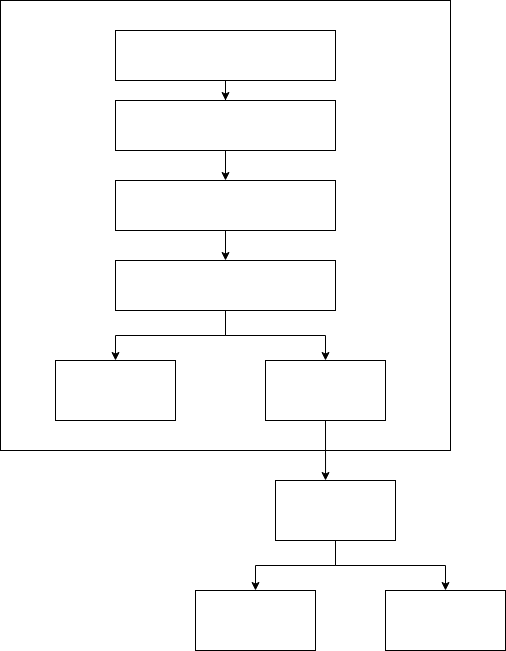
Before: architecture Diagram.drawio.png, a diagram exported from draw.io (ThenmozhiBalasubramanian/mcaProjectDiagram). Source tidied: cells renumbered, new cells last; positions are measured from the earlier drawing's top-left corner, leaving out a move shared by most shapes.
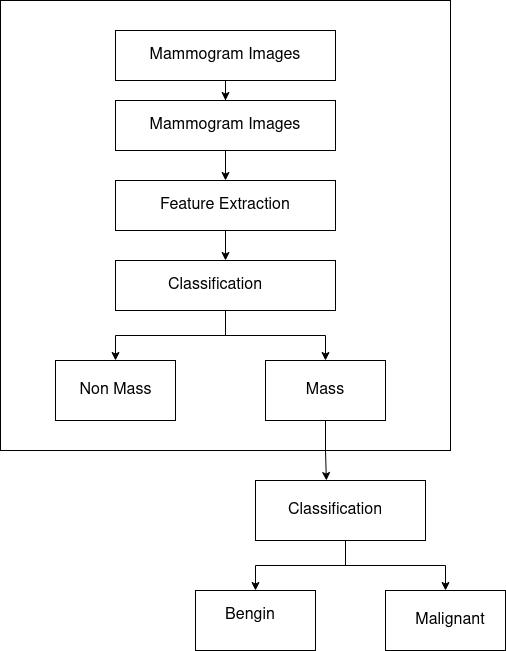
After the change.

Diff of the diagram source:
```diff
@@ -21,19 +21,25 @@
       <mxGeometry x="195" y="590" width="120" height="60" as="geometry" />
     </mxCell>
     <mxCell id="8" style="edgeStyle=orthogonalEdgeStyle;rounded=0;jettySize=auto;html=1;exitX=0.5;exitY=1;exitDx=0;exitDy=0;entryX=0.5;entryY=0;entryDx=0;entryDy=0;" parent="1" edge="1" source="10" target="7">
-      <mxGeometry relative="1" as="geometry" />
+      <mxGeometry relative="1" as="geometry">
+        <Array as="points">
+          <mxPoint x="345" y="540" />
+          <mxPoint x="345" y="565" />
+          <mxPoint x="255" y="565" />
+        </Array>
+      </mxGeometry>
     </mxCell>
     <mxCell id="9" style="edgeStyle=orthogonalEdgeStyle;rounded=0;jettySize=auto;html=1;exitX=0.75;exitY=1;exitDx=0;exitDy=0;entryX=0.5;entryY=0;entryDx=0;entryDy=0;" parent="1" edge="1" source="10" target="19">
       <mxGeometry relative="1" as="geometry">
         <Array as="points">
-          <mxPoint x="335" y="540" />
-          <mxPoint x="335" y="565" />
+          <mxPoint x="345" y="540" />
+          <mxPoint x="345" y="565" />
           <mxPoint x="445" y="565" />
         </Array>
       </mxGeometry>
     </mxCell>
     <mxCell id="10" style="rounded=0;whiteSpace=wrap;html=1;" parent="1" vertex="1">
-      <mxGeometry x="275" y="480" width="120" height="60" as="geometry" />
+      <mxGeometry x="255" y="480" width="170" height="60" as="geometry" />
     </mxCell>
     <mxCell id="11" style="rounded=0;whiteSpace=wrap;html=1;" parent="1" vertex="1">
       <mxGeometry x="55" y="360" width="120" height="60" as="geometry" />
@@ -73,5 +79,32 @@
     <mxCell id="19" style="rounded=0;whiteSpace=wrap;html=1;" parent="1" vertex="1">
       <mxGeometry x="385" y="590" width="120" height="60" as="geometry" />
     </mxCell>
+    <mxCell id="20" value="&lt;h4 style=&quot;font-size: 16px;&quot;&gt;&lt;font style=&quot;font-size: 16px;&quot;&gt;&lt;span style=&quot;font-weight: normal;&quot;&gt;Mammogram Images&lt;/span&gt;&lt;/font&gt;&lt;/h4&gt;" style="text;html=1;strokeColor=none;fillColor=none;align=center;verticalAlign=middle;whiteSpace=wrap;rounded=0;" parent="1" vertex="1">
+      <mxGeometry x="135" y="40" width="180" height="30" as="geometry" />
+    </mxCell>
+    <mxCell id="21" value="&lt;h4 style=&quot;font-size: 16px;&quot;&gt;&lt;font style=&quot;font-size: 16px;&quot;&gt;&lt;span style=&quot;font-weight: normal;&quot;&gt;Mammogram Images&lt;/span&gt;&lt;/font&gt;&lt;/h4&gt;" style="text;html=1;strokeColor=none;fillColor=none;align=center;verticalAlign=middle;whiteSpace=wrap;rounded=0;" parent="1" vertex="1">
+      <mxGeometry x="135" y="110" width="180" height="30" as="geometry" />
+    </mxCell>
+    <mxCell id="22" value="&lt;h4 style=&quot;font-size: 16px;&quot;&gt;&lt;font style=&quot;font-size: 16px;&quot;&gt;&lt;span style=&quot;font-weight: normal;&quot;&gt;Feature Extraction&lt;br&gt;&lt;/span&gt;&lt;/font&gt;&lt;/h4&gt;" style="text;html=1;strokeColor=none;fillColor=none;align=center;verticalAlign=middle;whiteSpace=wrap;rounded=0;" parent="1" vertex="1">
+      <mxGeometry x="135" y="190" width="180" height="30" as="geometry" />
+    </mxCell>
+    <mxCell id="23" value="&lt;h4 style=&quot;font-size: 16px;&quot;&gt;&lt;font style=&quot;font-size: 16px;&quot;&gt;&lt;span style=&quot;font-weight: normal;&quot;&gt;Classification&lt;br&gt;&lt;/span&gt;&lt;/font&gt;&lt;/h4&gt;" style="text;html=1;strokeColor=none;fillColor=none;align=center;verticalAlign=middle;whiteSpace=wrap;rounded=0;" parent="1" vertex="1">
+      <mxGeometry x="125" y="270" width="180" height="30" as="geometry" />
+    </mxCell>
+    <mxCell id="24" value="&lt;h4&gt;&lt;font style=&quot;font-size: 16px;&quot;&gt;&lt;span style=&quot;font-weight: normal;&quot;&gt;Malignant&lt;/span&gt;&lt;/font&gt;&lt;/h4&gt;" style="text;html=1;strokeColor=none;fillColor=none;align=center;verticalAlign=middle;whiteSpace=wrap;rounded=0;" parent="1" vertex="1">
+      <mxGeometry x="405" y="605" width="90" height="30" as="geometry" />
+    </mxCell>
+    <mxCell id="25" value="&lt;h4 style=&quot;font-size: 16px;&quot;&gt;&lt;font style=&quot;font-size: 16px;&quot;&gt;&lt;span style=&quot;font-weight: normal;&quot;&gt;Mass&lt;/span&gt;&lt;/font&gt;&lt;/h4&gt;" style="text;html=1;strokeColor=none;fillColor=none;align=center;verticalAlign=middle;whiteSpace=wrap;rounded=0;" parent="1" vertex="1">
+      <mxGeometry x="275" y="375" width="100" height="30" as="geometry" />
+    </mxCell>
+    <mxCell id="26" value="&lt;h4 style=&quot;font-size: 16px;&quot;&gt;&lt;font style=&quot;font-size: 16px;&quot;&gt;&lt;span style=&quot;font-weight: normal;&quot;&gt;Non Mass&lt;br&gt;&lt;/span&gt;&lt;/font&gt;&lt;/h4&gt;" style="text;html=1;strokeColor=none;fillColor=none;align=center;verticalAlign=middle;whiteSpace=wrap;rounded=0;" parent="1" vertex="1">
+      <mxGeometry x="67.5" y="375" width="95" height="30" as="geometry" />
+    </mxCell>
+    <mxCell id="27" value="&lt;h4 style=&quot;font-size: 16px;&quot;&gt;&lt;font style=&quot;font-size: 16px;&quot;&gt;&lt;span style=&quot;font-weight: normal;&quot;&gt;Bengin&lt;br&gt;&lt;/span&gt;&lt;/font&gt;&lt;/h4&gt;" style="text;html=1;strokeColor=none;fillColor=none;align=center;verticalAlign=middle;whiteSpace=wrap;rounded=0;" parent="1" vertex="1">
+      <mxGeometry x="205" y="600" width="90" height="30" as="geometry" />
+    </mxCell>
+    <mxCell id="28" value="&lt;h4 style=&quot;font-size: 16px;&quot;&gt;&lt;font style=&quot;font-size: 16px;&quot;&gt;&lt;span style=&quot;font-weight: normal;&quot;&gt;Classification&lt;br&gt;&lt;/span&gt;&lt;/font&gt;&lt;/h4&gt;" style="text;html=1;strokeColor=none;fillColor=none;align=center;verticalAlign=middle;whiteSpace=wrap;rounded=0;" parent="1" vertex="1">
+      <mxGeometry x="245" y="495" width="180" height="30" as="geometry" />
+    </mxCell>
   </root>
 </mxGraphModel>
```
